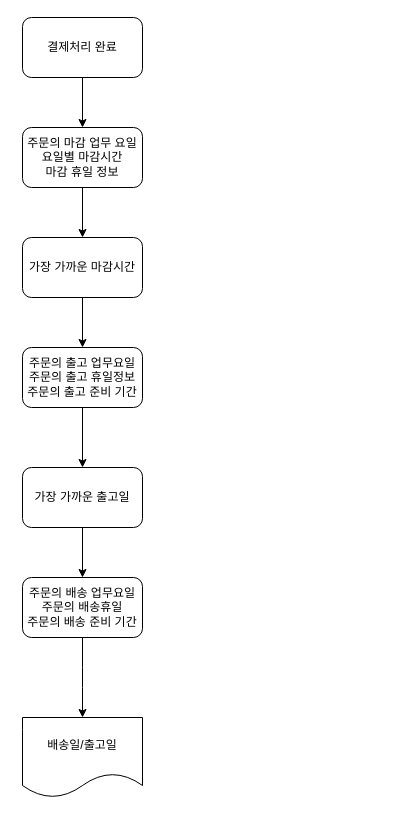
Earlier version of the draw.io diagram page "배송프로세스_기준데이터" (7 of 8) of 미트박스_배송.drawio (yongBomb90/drawio-1). Source tidied: cells renumbered, new cells numbered last; positions are measured from the earlier drawing's top-left corner, leaving out a move shared by most shapes. Both pictures are drawn from the tidied source at 100%, with x=0, y=0 at pixel (22, 17).
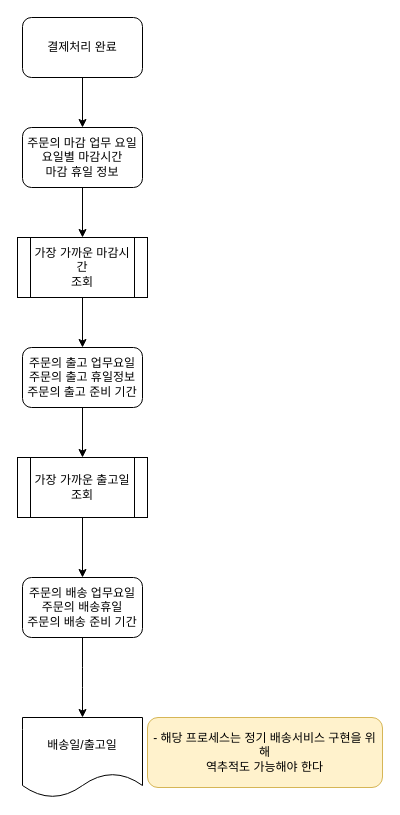
Above is the later version.

Diff of the diagram source:
```diff
@@
 <mxGraphModel>
   <root>
     <mxCell id="0" />
     <mxCell id="1" parent="0" />
     <mxCell id="2" style="edgeStyle=orthogonalEdgeStyle;rounded=0;jettySize=auto;html=1;" parent="1" edge="1" source="3" target="5">
       <mxGeometry relative="1" as="geometry" />
     </mxCell>
     <mxCell id="3" value="결제처리 완료" style="rounded=1;whiteSpace=wrap;html=1;" parent="1" vertex="1">
       <mxGeometry width="120" height="60" as="geometry" />
     </mxCell>
-    <mxCell id="4" style="edgeStyle=orthogonalEdgeStyle;rounded=1;jettySize=auto;html=1;" parent="1" edge="1" source="5" target="7">
-      <mxGeometry relative="1" as="geometry" />
-    </mxCell>
+    <mxCell id="15" style="edgeStyle=orthogonalEdgeStyle;rounded=1;jettySize=auto;html=1;entryX=0.5;entryY=0;entryDx=0;entryDy=0;" parent="1" edge="1" source="5" target="18">
+      <mxGeometry relative="1" as="geometry" />
+    </mxCell>
     <mxCell id="5" value="주문의 마감 업무 요일&lt;br&gt;요일별 마감시간&lt;br&gt;마감 휴일 정보" style="whiteSpace=wrap;html=1;rounded=1;" parent="1" vertex="1">
       <mxGeometry y="110" width="120" height="60" as="geometry" />
     </mxCell>
-    <mxCell id="6" style="edgeStyle=orthogonalEdgeStyle;rounded=0;jettySize=auto;html=1;" parent="1" edge="1" source="7" target="9">
-      <mxGeometry relative="1" as="geometry" />
-    </mxCell>
-    <mxCell id="7" value="가장 가까운 마감시간&lt;br&gt;" style="whiteSpace=wrap;html=1;rounded=1;" parent="1" vertex="1">
-      <mxGeometry y="220" width="120" height="60" as="geometry" />
-    </mxCell>
-    <mxCell id="8" style="edgeStyle=orthogonalEdgeStyle;rounded=1;jettySize=auto;html=1;" parent="1" edge="1" source="9" target="11">
-      <mxGeometry relative="1" as="geometry" />
-    </mxCell>
+    <mxCell id="16" style="edgeStyle=orthogonalEdgeStyle;rounded=1;jettySize=auto;html=1;" parent="1" edge="1" source="9" target="20">
+      <mxGeometry relative="1" as="geometry" />
+    </mxCell>
     <mxCell id="9" value="주문의 출고 업무요일&lt;br&gt;주문의 출고 휴일정보&lt;br&gt;주문의 출고 준비 기간" style="whiteSpace=wrap;html=1;rounded=1;" parent="1" vertex="1">
       <mxGeometry y="330" width="120" height="60" as="geometry" />
     </mxCell>
-    <mxCell id="10" style="edgeStyle=orthogonalEdgeStyle;rounded=1;jettySize=auto;html=1;" parent="1" edge="1" source="11" target="13">
-      <mxGeometry relative="1" as="geometry" />
-    </mxCell>
-    <mxCell id="11" value="가장 가까운 출고일" style="whiteSpace=wrap;html=1;rounded=1;" parent="1" vertex="1">
-      <mxGeometry y="450" width="120" height="60" as="geometry" />
-    </mxCell>
     <mxCell id="12" style="edgeStyle=orthogonalEdgeStyle;rounded=1;jettySize=auto;html=1;" parent="1" edge="1" source="13">
       <mxGeometry relative="1" as="geometry">
         <mxPoint x="60" y="700" as="targetPoint" />
       </mxGeometry>
     </mxCell>
     <mxCell id="13" value="주문의 배송 업무요일&lt;br&gt;주문의 배송휴일&lt;br&gt;주문의 배송 준비 기간" style="whiteSpace=wrap;html=1;rounded=1;" parent="1" vertex="1">
       <mxGeometry y="560" width="120" height="60" as="geometry" />
     </mxCell>
     <mxCell id="14" value="배송일/출고일" style="shape=document;whiteSpace=wrap;html=1;boundedLbl=1;" parent="1" vertex="1">
       <mxGeometry y="700" width="120" height="80" as="geometry" />
     </mxCell>
+    <mxCell id="17" style="edgeStyle=orthogonalEdgeStyle;rounded=1;jettySize=auto;html=1;" parent="1" edge="1" source="18" target="9">
+      <mxGeometry relative="1" as="geometry" />
+    </mxCell>
+    <mxCell id="18" value="&lt;span&gt;가장 가까운 마감시간&lt;br&gt;조회&lt;br&gt;&lt;/span&gt;" style="shape=process;whiteSpace=wrap;html=1;backgroundOutline=1;" parent="1" vertex="1">
+      <mxGeometry x="-5" y="220" width="130" height="60" as="geometry" />
+    </mxCell>
+    <mxCell id="19" style="edgeStyle=orthogonalEdgeStyle;rounded=1;jettySize=auto;html=1;" parent="1" edge="1" source="20" target="13">
+      <mxGeometry relative="1" as="geometry" />
+    </mxCell>
+    <mxCell id="20" value="가장 가까운 출고일&lt;span&gt;&lt;br&gt;조회&lt;br&gt;&lt;/span&gt;" style="shape=process;whiteSpace=wrap;html=1;backgroundOutline=1;" parent="1" vertex="1">
+      <mxGeometry x="-5" y="440" width="130" height="60" as="geometry" />
+    </mxCell>
+    <mxCell id="21" value="- 해당 프로세스는 정기 배송서비스 구현을 위해&lt;br&gt;역추적도&amp;nbsp;가능해야 한다" style="rounded=1;whiteSpace=wrap;html=1;fillColor=#fff2cc;strokeColor=#d6b656;align=center;" parent="1" vertex="1">
+      <mxGeometry x="125" y="700" width="235" height="70" as="geometry" />
+    </mxCell>
   </root>
 </mxGraphModel>
```
